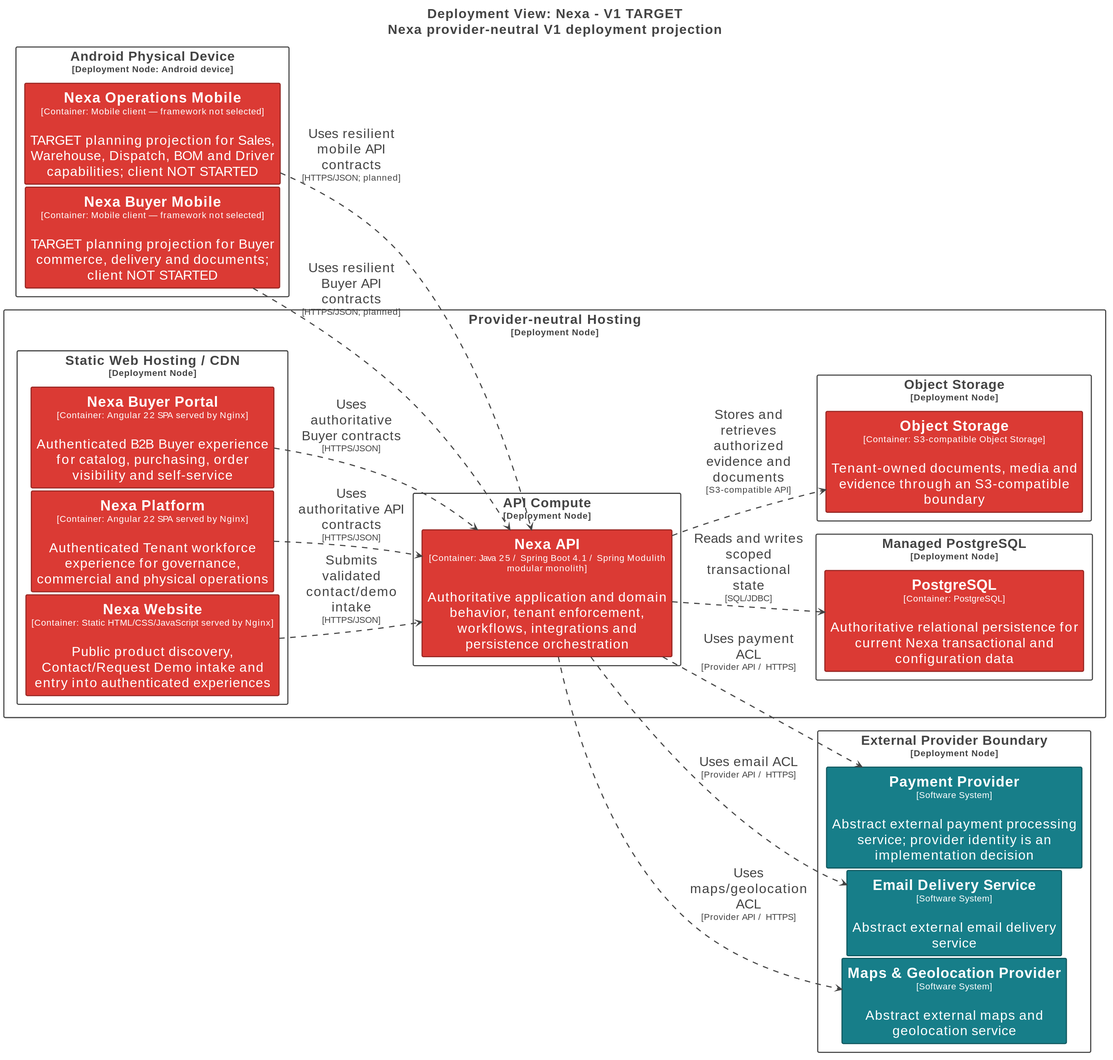
Above: 01-shared/architecture/c4/exports/deployment/Nexa-Deployment-V1-TARGET.svg in nexa-suite/blueprint (PlantUML), before the change. Its diagram source:
```plantuml
@startuml
title <size:24>Deployment View: Nexa - V1 TARGET</size>\n<size:24>Nexa provider-neutral V1 deployment projection</size>

set separator none
left to right direction
skinparam ranksep 20
skinparam nodesep 5
hide stereotype

<style>
  root {
    BackgroundColor: #ffffff;
    FontColor: #444444;
  }
  // Element,Container
  .Element-RWxlbWVudCxDb250YWluZXI= {
    BackgroundColor: #db3a34;
    LineColor: #992824;
    LineStyle: 0;
    LineThickness: 2;
    FontColor: #ffffff;
    FontSize: 24;
    HorizontalAlignment: center;
    Shadowing: 0;
    MaximumWidth: 450;
  }
  // Element,Software System
  .Element-RWxlbWVudCxTb2Z0d2FyZSBTeXN0ZW0= {
    BackgroundColor: #177e89;
    LineColor: #10585f;
    LineStyle: 0;
    LineThickness: 2;
    FontColor: #ffffff;
    FontSize: 24;
    HorizontalAlignment: center;
    Shadowing: 0;
    MaximumWidth: 450;
  }
  // Relationship
  .Relationship-UmVsYXRpb25zaGlw {
    LineThickness: 2;
    LineStyle: 10-10;
    LineColor: #444444;
    FontColor: #444444;
    FontSize: 24;
    MaximumWidth: 200;
  }
  // Element
  .DeploymentNode-RWxlbWVudA== {
    BackgroundColor: #ffffff;
    LineColor: #444444;
    LineStyle: 0;
    LineThickness: 2;
    FontColor: #444444;
    FontSize: 24;
    HorizontalAlignment: center;
    Shadowing: 0;
  }
</style>

rectangle "Android Physical Device\n<size:16>[Deployment Node: Android device]</size>" <<DeploymentNode-RWxlbWVudA==>> as V1TARGET.AndroidPhysicalDevice {
  rectangle "==Nexa Operations Mobile\n<size:16>[Container: Mobile client — framework not selected]</size>\n\nTARGET planning projection for Sales, Warehouse, Dispatch, BOM and Driver capabilities; client NOT STARTED" <<Element-RWxlbWVudCxDb250YWluZXI=>> as V1TARGET.AndroidPhysicalDevice.NexaOperationsMobile_1
  rectangle "==Nexa Buyer Mobile\n<size:16>[Container: Mobile client — framework not selected]</size>\n\nTARGET planning projection for Buyer commerce, delivery and documents; client NOT STARTED" <<Element-RWxlbWVudCxDb250YWluZXI=>> as V1TARGET.AndroidPhysicalDevice.NexaBuyerMobile_1
}

rectangle "Provider-neutral Hosting\n<size:16>[Deployment Node]</size>" <<DeploymentNode-RWxlbWVudA==>> as V1TARGET.ProviderneutralHosting {
  rectangle "Static Web Hosting / CDN\n<size:16>[Deployment Node]</size>" <<DeploymentNode-RWxlbWVudA==>> as V1TARGET.ProviderneutralHosting.StaticWebHostingCDN {
    rectangle "==Nexa Website\n<size:16>[Container: Static HTML/CSS/JavaScript served by Nginx]</size>\n\nPublic product discovery, Contact/Request Demo intake and entry into authenticated experiences" <<Element-RWxlbWVudCxDb250YWluZXI=>> as V1TARGET.ProviderneutralHosting.StaticWebHostingCDN.NexaWebsite_1
    rectangle "==Nexa Platform\n<size:16>[Container: Angular 22 SPA served by Nginx]</size>\n\nAuthenticated Tenant workforce experience for governance, commercial and physical operations" <<Element-RWxlbWVudCxDb250YWluZXI=>> as V1TARGET.ProviderneutralHosting.StaticWebHostingCDN.NexaPlatform_1
    rectangle "==Nexa Buyer Portal\n<size:16>[Container: Angular 22 SPA served by Nginx]</size>\n\nAuthenticated B2B Buyer experience for catalog, purchasing, order visibility and self-service" <<Element-RWxlbWVudCxDb250YWluZXI=>> as V1TARGET.ProviderneutralHosting.StaticWebHostingCDN.NexaBuyerPortal_1
  }

  rectangle "API Compute\n<size:16>[Deployment Node]</size>" <<DeploymentNode-RWxlbWVudA==>> as V1TARGET.ProviderneutralHosting.APICompute {
    rectangle "==Nexa API\n<size:16>[Container: Java 25 / Spring Boot 4.1 / Spring Modulith modular monolith]</size>\n\nAuthoritative application and domain behavior, tenant enforcement, workflows, integrations and persistence orchestration" <<Element-RWxlbWVudCxDb250YWluZXI=>> as V1TARGET.ProviderneutralHosting.APICompute.NexaAPI_1
  }

  rectangle "Managed PostgreSQL\n<size:16>[Deployment Node]</size>" <<DeploymentNode-RWxlbWVudA==>> as V1TARGET.ProviderneutralHosting.ManagedPostgreSQL {
    rectangle "==PostgreSQL\n<size:16>[Container: PostgreSQL]</size>\n\nAuthoritative relational persistence for current Nexa transactional and configuration data" <<Element-RWxlbWVudCxDb250YWluZXI=>> as V1TARGET.ProviderneutralHosting.ManagedPostgreSQL.PostgreSQL_1
  }

  rectangle "Object Storage\n<size:16>[Deployment Node]</size>" <<DeploymentNode-RWxlbWVudA==>> as V1TARGET.ProviderneutralHosting.ObjectStorage {
    rectangle "==Object Storage\n<size:16>[Container: S3-compatible Object Storage]</size>\n\nTenant-owned documents, media and evidence through an S3-compatible boundary" <<Element-RWxlbWVudCxDb250YWluZXI=>> as V1TARGET.ProviderneutralHosting.ObjectStorage.ObjectStorage_1
  }

}

rectangle "External Provider Boundary\n<size:16>[Deployment Node]</size>" <<DeploymentNode-RWxlbWVudA==>> as V1TARGET.ExternalProviderBoundary {
  rectangle "==Payment Provider\n<size:16>[Software System]</size>\n\nAbstract external payment processing service; provider identity is an implementation decision" <<Element-RWxlbWVudCxTb2Z0d2FyZSBTeXN0ZW0=>> as V1TARGET.ExternalProviderBoundary.PaymentProvider_1
  rectangle "==Email Delivery Service\n<size:16>[Software System]</size>\n\nAbstract external email delivery service" <<Element-RWxlbWVudCxTb2Z0d2FyZSBTeXN0ZW0=>> as V1TARGET.ExternalProviderBoundary.EmailDeliveryService_1
  rectangle "==Maps & Geolocation Provider\n<size:16>[Software System]</size>\n\nAbstract external maps and geolocation service" <<Element-RWxlbWVudCxTb2Z0d2FyZSBTeXN0ZW0=>> as V1TARGET.ExternalProviderBoundary.MapsGeolocationProvider_1
}

V1TARGET.AndroidPhysicalDevice.NexaOperationsMobile_1 --> V1TARGET.ProviderneutralHosting.APICompute.NexaAPI_1 <<Relationship-UmVsYXRpb25zaGlw>> : "Uses resilient mobile API contracts\n<size:16>[HTTPS/JSON; planned]</size>"
V1TARGET.AndroidPhysicalDevice.NexaBuyerMobile_1 --> V1TARGET.ProviderneutralHosting.APICompute.NexaAPI_1 <<Relationship-UmVsYXRpb25zaGlw>> : "Uses resilient Buyer API contracts\n<size:16>[HTTPS/JSON; planned]</size>"
V1TARGET.ProviderneutralHosting.StaticWebHostingCDN.NexaWebsite_1 --> V1TARGET.ProviderneutralHosting.APICompute.NexaAPI_1 <<Relationship-UmVsYXRpb25zaGlw>> : "Submits validated contact/demo intake\n<size:16>[HTTPS/JSON]</size>"
V1TARGET.ProviderneutralHosting.StaticWebHostingCDN.NexaPlatform_1 --> V1TARGET.ProviderneutralHosting.APICompute.NexaAPI_1 <<Relationship-UmVsYXRpb25zaGlw>> : "Uses authoritative API contracts\n<size:16>[HTTPS/JSON]</size>"
V1TARGET.ProviderneutralHosting.StaticWebHostingCDN.NexaBuyerPortal_1 --> V1TARGET.ProviderneutralHosting.APICompute.NexaAPI_1 <<Relationship-UmVsYXRpb25zaGlw>> : "Uses authoritative Buyer contracts\n<size:16>[HTTPS/JSON]</size>"
V1TARGET.ProviderneutralHosting.APICompute.NexaAPI_1 --> V1TARGET.ProviderneutralHosting.ManagedPostgreSQL.PostgreSQL_1 <<Relationship-UmVsYXRpb25zaGlw>> : "Reads and writes scoped transactional state\n<size:16>[SQL/JDBC]</size>"
V1TARGET.ProviderneutralHosting.APICompute.NexaAPI_1 --> V1TARGET.ProviderneutralHosting.ObjectStorage.ObjectStorage_1 <<Relationship-UmVsYXRpb25zaGlw>> : "Stores and retrieves authorized evidence and documents\n<size:16>[S3-compatible API]</size>"
V1TARGET.ProviderneutralHosting.APICompute.NexaAPI_1 --> V1TARGET.ExternalProviderBoundary.PaymentProvider_1 <<Relationship-UmVsYXRpb25zaGlw>> : "Uses payment ACL\n<size:16>[Provider API / HTTPS]</size>"
V1TARGET.ProviderneutralHosting.APICompute.NexaAPI_1 --> V1TARGET.ExternalProviderBoundary.EmailDeliveryService_1 <<Relationship-UmVsYXRpb25zaGlw>> : "Uses email ACL\n<size:16>[Provider API / HTTPS]</size>"
V1TARGET.ProviderneutralHosting.APICompute.NexaAPI_1 --> V1TARGET.ExternalProviderBoundary.MapsGeolocationProvider_1 <<Relationship-UmVsYXRpb25zaGlw>> : "Uses maps/geolocation ACL\n<size:16>[Provider API / HTTPS]</size>"
@enduml
```
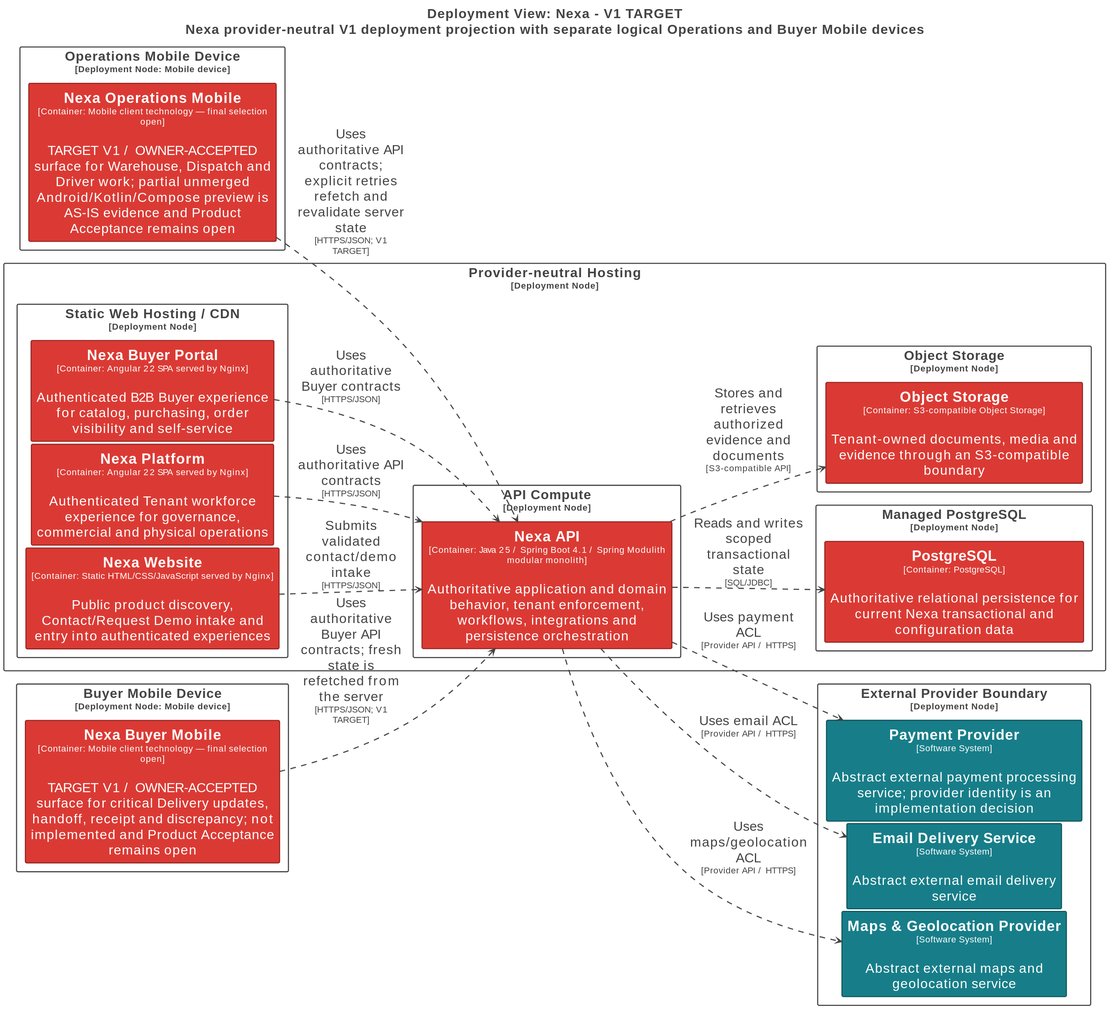
After the change.

The edit, as a diff of the source:
```diff
@@ -1,5 +1,5 @@
 @startuml
-title <size:24>Deployment View: Nexa - V1 TARGET</size>\n<size:24>Nexa provider-neutral V1 deployment projection</size>
+title <size:24>Deployment View: Nexa - V1 TARGET</size>\n<size:24>Nexa provider-neutral V1 deployment projection with separate logical Operations and Buyer Mobile devices</size>
 
 set separator none
 left to right direction
@@ -58,9 +58,12 @@
   }
 </style>
 
-rectangle "Android Physical Device\n<size:16>[Deployment Node: Android device]</size>" <<DeploymentNode-RWxlbWVudA==>> as V1TARGET.AndroidPhysicalDevice {
-  rectangle "==Nexa Operations Mobile\n<size:16>[Container: Mobile client — framework not selected]</size>\n\nTARGET planning projection for Sales, Warehouse, Dispatch, BOM and Driver capabilities; client NOT STARTED" <<Element-RWxlbWVudCxDb250YWluZXI=>> as V1TARGET.AndroidPhysicalDevice.NexaOperationsMobile_1
-  rectangle "==Nexa Buyer Mobile\n<size:16>[Container: Mobile client — framework not selected]</size>\n\nTARGET planning projection for Buyer commerce, delivery and documents; client NOT STARTED" <<Element-RWxlbWVudCxDb250YWluZXI=>> as V1TARGET.AndroidPhysicalDevice.NexaBuyerMobile_1
+rectangle "Operations Mobile Device\n<size:16>[Deployment Node: Mobile device]</size>" <<DeploymentNode-RWxlbWVudA==>> as V1TARGET.OperationsMobileDevice {
+  rectangle "==Nexa Operations Mobile\n<size:16>[Container: Mobile client technology — final selection open]</size>\n\nTARGET V1 / OWNER-ACCEPTED surface for Warehouse, Dispatch and Driver work; partial unmerged Android/Kotlin/Compose preview is AS-IS evidence and Product Acceptance remains open" <<Element-RWxlbWVudCxDb250YWluZXI=>> as V1TARGET.OperationsMobileDevice.NexaOperationsMobile_1
+}
+
+rectangle "Buyer Mobile Device\n<size:16>[Deployment Node: Mobile device]</size>" <<DeploymentNode-RWxlbWVudA==>> as V1TARGET.BuyerMobileDevice {
+  rectangle "==Nexa Buyer Mobile\n<size:16>[Container: Mobile client technology — final selection open]</size>\n\nTARGET V1 / OWNER-ACCEPTED surface for critical Delivery updates, handoff, receipt and discrepancy; not implemented and Product Acceptance remains open" <<Element-RWxlbWVudCxDb250YWluZXI=>> as V1TARGET.BuyerMobileDevice.NexaBuyerMobile_1
 }
 
 rectangle "Provider-neutral Hosting\n<size:16>[Deployment Node]</size>" <<DeploymentNode-RWxlbWVudA==>> as V1TARGET.ProviderneutralHosting {
@@ -90,8 +93,8 @@
   rectangle "==Maps & Geolocation Provider\n<size:16>[Software System]</size>\n\nAbstract external maps and geolocation service" <<Element-RWxlbWVudCxTb2Z0d2FyZSBTeXN0ZW0=>> as V1TARGET.ExternalProviderBoundary.MapsGeolocationProvider_1
 }
 
-V1TARGET.AndroidPhysicalDevice.NexaOperationsMobile_1 --> V1TARGET.ProviderneutralHosting.APICompute.NexaAPI_1 <<Relationship-UmVsYXRpb25zaGlw>> : "Uses resilient mobile API contracts\n<size:16>[HTTPS/JSON; planned]</size>"
-V1TARGET.AndroidPhysicalDevice.NexaBuyerMobile_1 --> V1TARGET.ProviderneutralHosting.APICompute.NexaAPI_1 <<Relationship-UmVsYXRpb25zaGlw>> : "Uses resilient Buyer API contracts\n<size:16>[HTTPS/JSON; planned]</size>"
+V1TARGET.OperationsMobileDevice.NexaOperationsMobile_1 --> V1TARGET.ProviderneutralHosting.APICompute.NexaAPI_1 <<Relationship-UmVsYXRpb25zaGlw>> : "Uses authoritative API contracts; explicit retries refetch and revalidate server state\n<size:16>[HTTPS/JSON; V1 TARGET]</size>"
+V1TARGET.BuyerMobileDevice.NexaBuyerMobile_1 --> V1TARGET.ProviderneutralHosting.APICompute.NexaAPI_1 <<Relationship-UmVsYXRpb25zaGlw>> : "Uses authoritative Buyer API contracts; fresh state is refetched from the server\n<size:16>[HTTPS/JSON; V1 TARGET]</size>"
 V1TARGET.ProviderneutralHosting.StaticWebHostingCDN.NexaWebsite_1 --> V1TARGET.ProviderneutralHosting.APICompute.NexaAPI_1 <<Relationship-UmVsYXRpb25zaGlw>> : "Submits validated contact/demo intake\n<size:16>[HTTPS/JSON]</size>"
 V1TARGET.ProviderneutralHosting.StaticWebHostingCDN.NexaPlatform_1 --> V1TARGET.ProviderneutralHosting.APICompute.NexaAPI_1 <<Relationship-UmVsYXRpb25zaGlw>> : "Uses authoritative API contracts\n<size:16>[HTTPS/JSON]</size>"
 V1TARGET.ProviderneutralHosting.StaticWebHostingCDN.NexaBuyerPortal_1 --> V1TARGET.ProviderneutralHosting.APICompute.NexaAPI_1 <<Relationship-UmVsYXRpb25zaGlw>> : "Uses authoritative Buyer contracts\n<size:16>[HTTPS/JSON]</size>"
```
